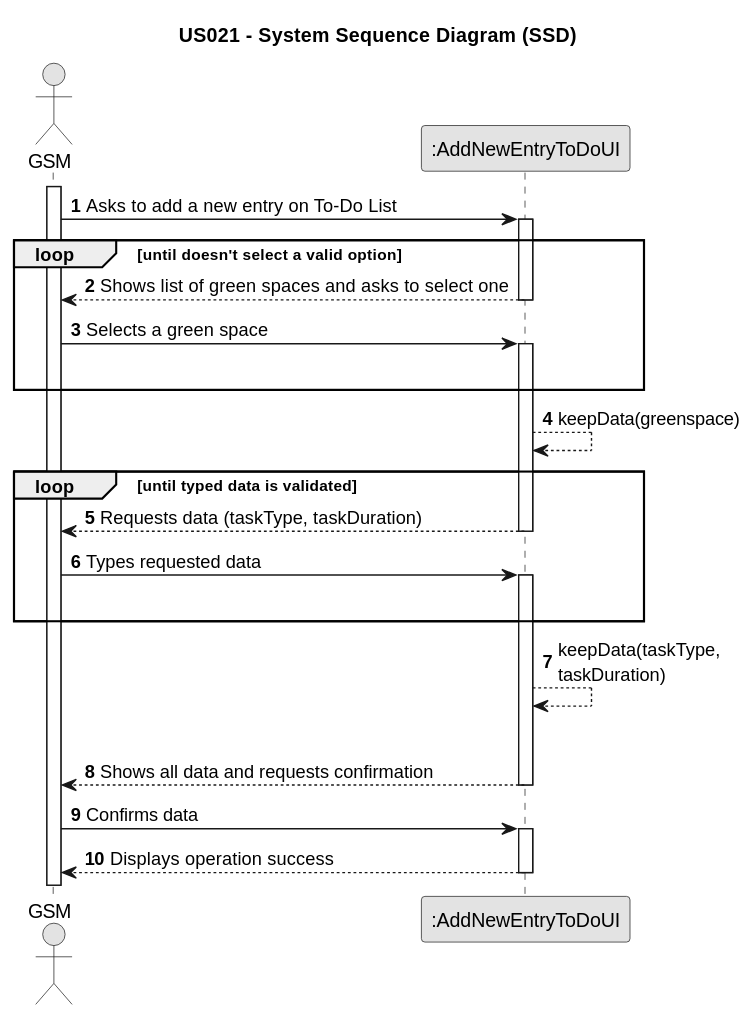
The PlantUML diagram docs/SprintC/us021/01.requirements-engineering/svg/us021-system-sequence-diagram.svg in Rui-San/LAPR2_2023_2024, before a commit.
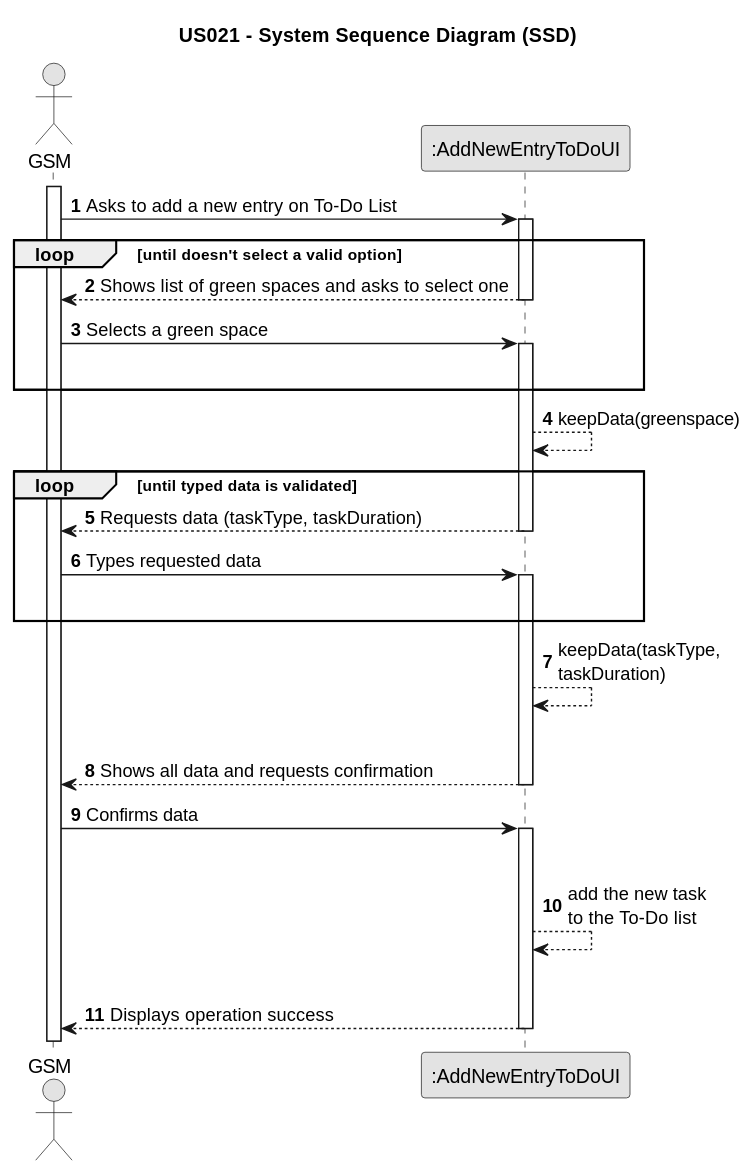
Later version of the same file.

Commit message:
US21: removed task type and added new validation on task class (+ svg) and updated req. eng. readme.md & SSD

Change to the diagram source:
```diff
@@ -48,7 +48,9 @@
     GSM -> UI : Confirms data
 
     activate UI
-
+        |||
+        UI --> UI : add the new task\nto the To-Do list
+        |||
         UI --> GSM : Displays operation success
     deactivate UI
 @enduml
```
